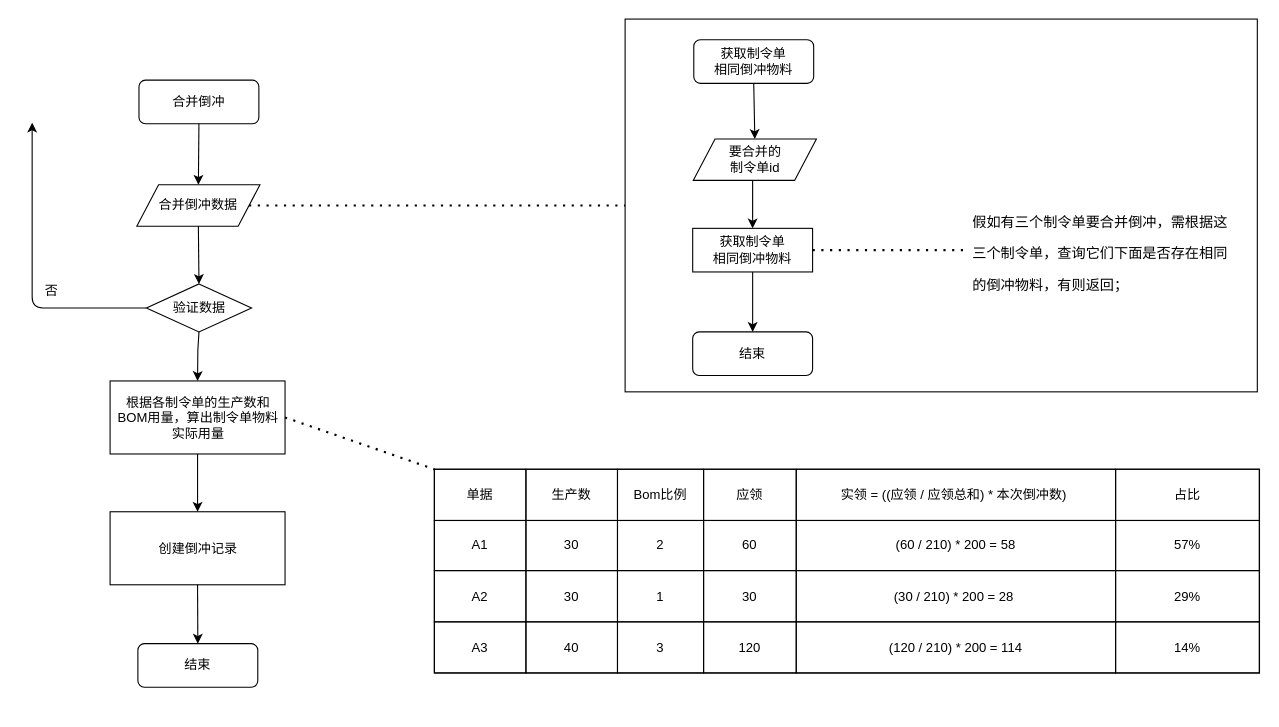
Before: page "制令单合并倒冲" (3 of 5) of 青岛协创.drawio in KNAI-I/test, a draw.io diagram. Source tidied: cells renumbered, new cells numbered last; positions are measured from the earlier drawing's top-left corner, leaving out a move shared by most shapes. Both pictures are drawn from the tidied source at 109%, with x=0, y=0 at pixel (19, 19).
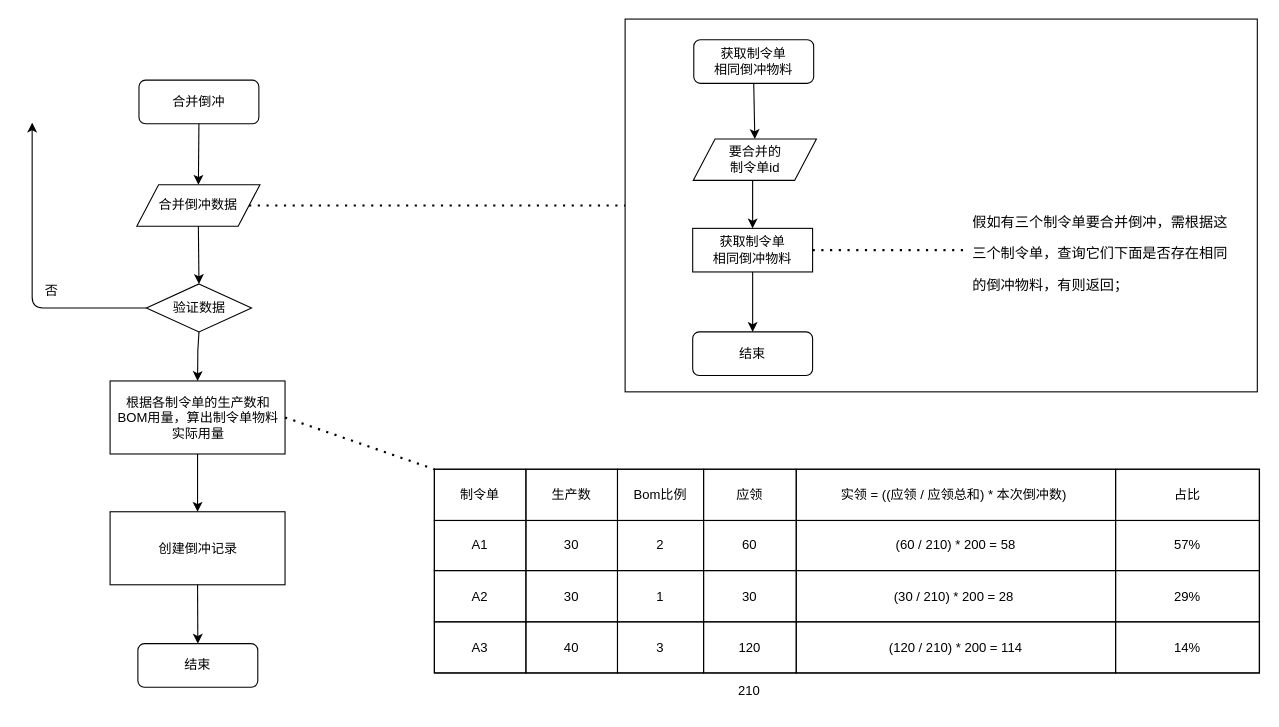
After the change.

Unchanged cells that the change refers to:
```xml
<mxCell id="22" style="shape=tableRow;horizontal=0;startSize=0;swimlaneHead=0;swimlaneBody=0;top=0;left=0;bottom=0;right=0;fontStyle=0;fillColor=none;strokeColor=inherit;" parent="21" vertex="1">
  <mxGeometry width="756.8" height="47" as="geometry" />
</mxCell>
```

Change to the diagram source:
```diff
@@
-    <mxCell id="23" value="单据" style="strokeColor=inherit;fillColor=none;align=center;whiteSpace=wrap;html=1;" parent="22" vertex="1">
+    <mxCell id="23" value="制令单" style="strokeColor=inherit;fillColor=none;align=center;whiteSpace=wrap;html=1;" parent="22" vertex="1">
       <mxGeometry width="84" height="47" as="geometry" />
     </mxCell>
@@
+    <mxCell id="56" value="210" style="text;html=1;strokeColor=none;fillColor=none;align=center;verticalAlign=middle;whiteSpace=wrap;rounded=0;" parent="1" vertex="1">
+      <mxGeometry x="640" y="602" width="60" height="30" as="geometry" />
+    </mxCell>
```
